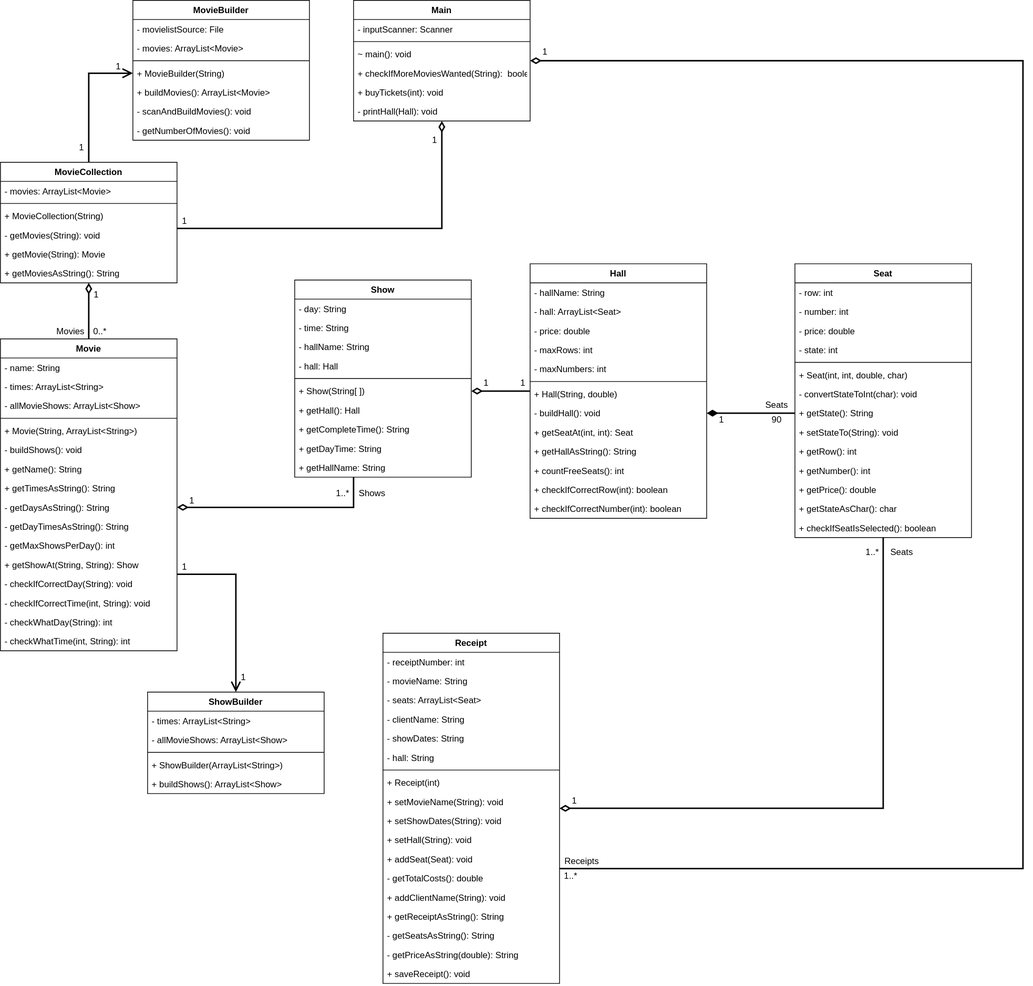
This is CineRegister22_UML.svg from andypsil0n/cineregister22, a draw.io export, as it was before one commit. Source tidied: cells renumbered, new cells last; positions are measured from the earlier drawing's top-left corner, leaving out a move shared by most shapes.
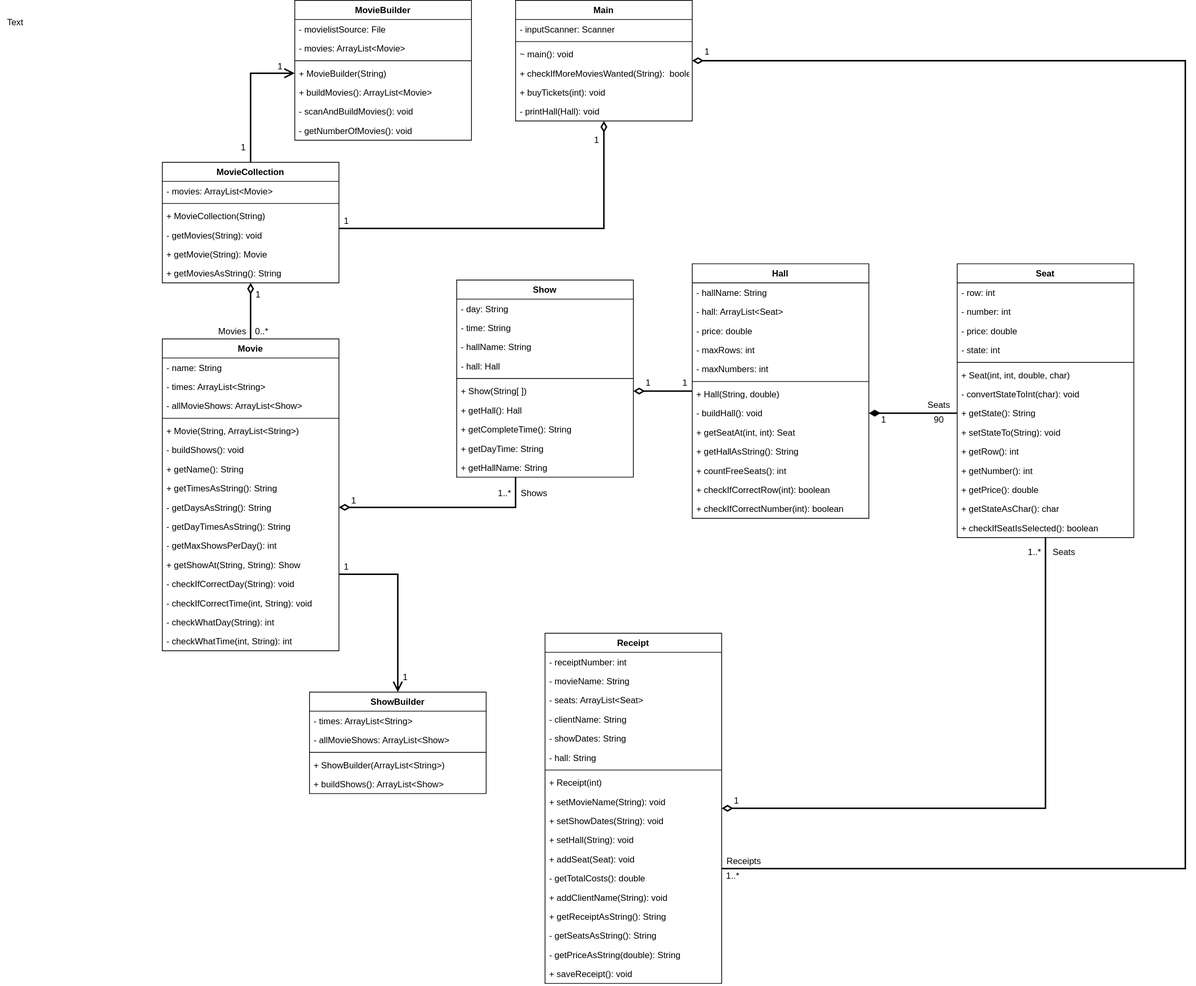
The same diagram one commit later.

Commit message:
Minor changes to UML diagram and Main

What changed in the source:
```diff
@@ -427,5 +427,8 @@
     <mxCell id="137" value="1" style="text;html=1;align=center;verticalAlign=middle;strokeColor=none;fillColor=none;" parent="1" vertex="1">
       <mxGeometry x="730" y="60" width="20" height="20" as="geometry" />
     </mxCell>
+    <mxCell id="138" value="Text" style="text;html=1;align=center;verticalAlign=middle;strokeColor=none;fillColor=none;" parent="1" vertex="1">
+      <mxGeometry x="-220" y="20" width="40" height="20" as="geometry" />
+    </mxCell>
   </root>
 </mxGraphModel>
```
